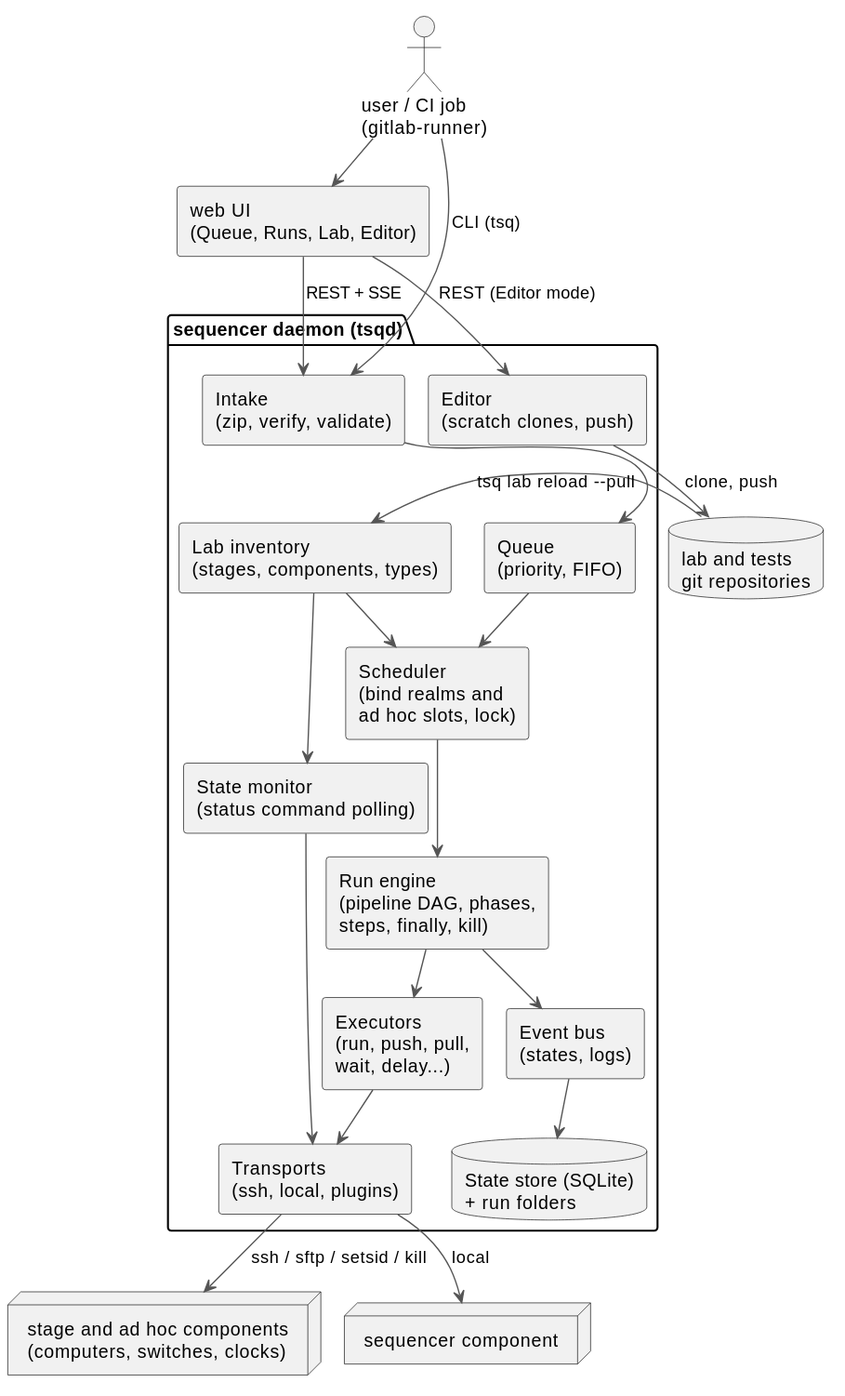
Earlier version of the PlantUML export docs/diagrams/overview.svg (laurentmldev/testsuit).
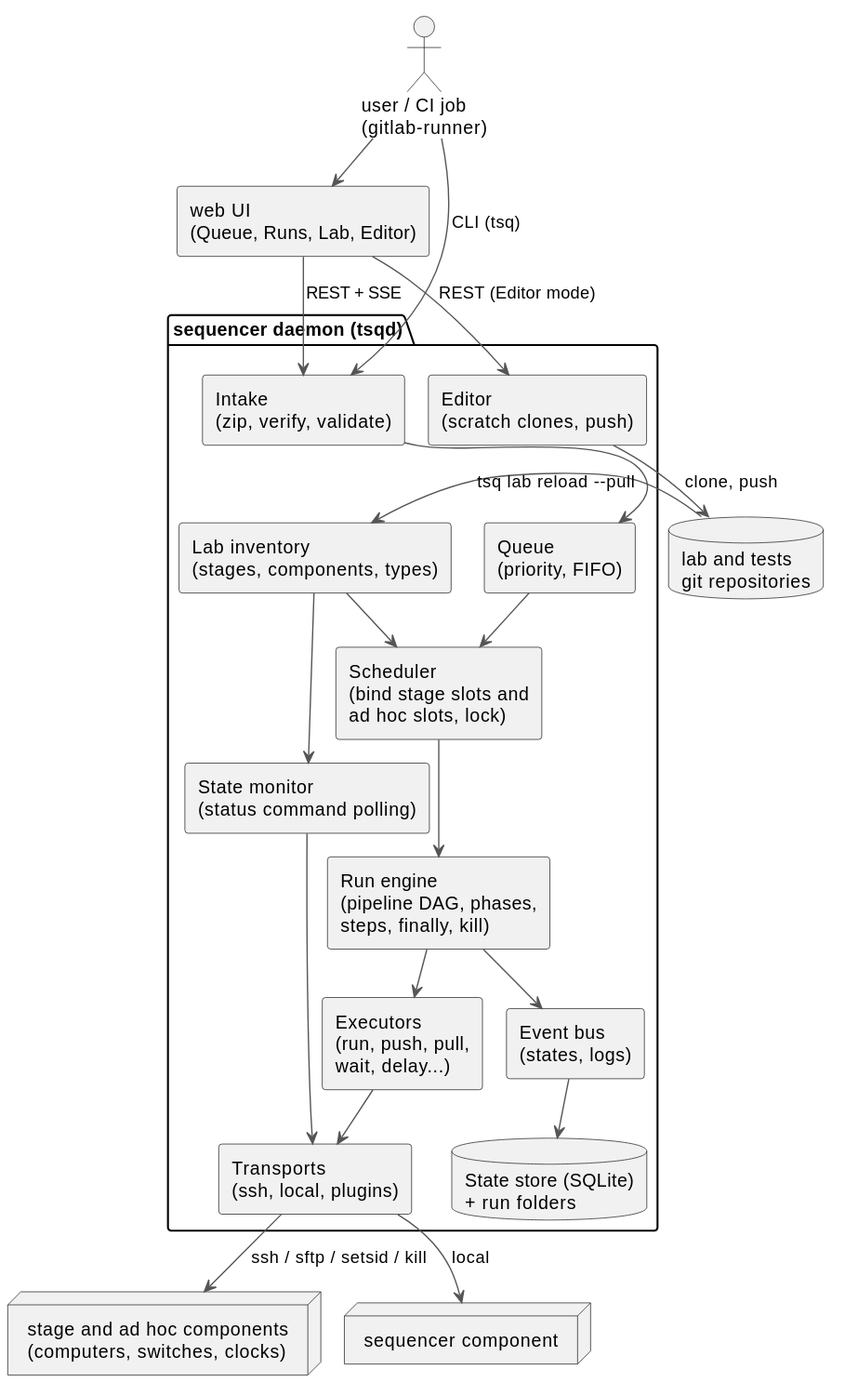
Later version of the same file.

What changed in the source:
```diff
@@ -11,7 +11,7 @@
 package "sequencer daemon (tsqd)" {
   component "Intake\n(zip, verify, validate)" as intake
   component "Queue\n(priority, FIFO)" as queue
-  component "Scheduler\n(bind realms and\nad hoc slots, lock)" as sched
+  component "Scheduler\n(bind stage slots and\nad hoc slots, lock)" as sched
   component "Run engine\n(pipeline DAG, phases,\nsteps, finally, kill)" as engine
   component "Executors\n(run, push, pull,\nwait, delay...)" as exec
   component "Transports\n(ssh, local, plugins)" as transports
```
